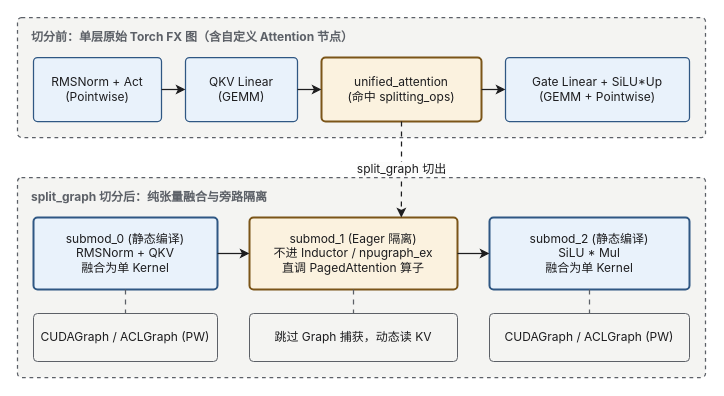
Before: src/content/posts/vllm/03-torch-compile-and-piecewise/diagrams/03-fx-split-graph.drawio in xingcanlee/infra-note, a draw.io diagram. Source tidied: cells renumbered, new cells numbered last; positions are measured from the earlier drawing's top-left corner, leaving out a move shared by most shapes. Both pictures are drawn from the tidied source at 100%, with x=0, y=0 at pixel (17, 17).
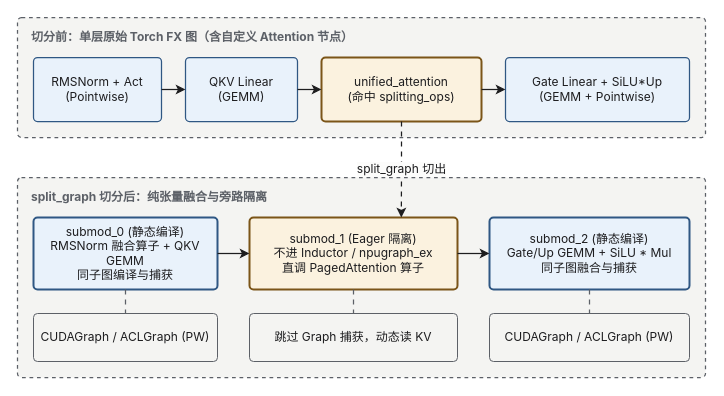
The same diagram, later.

Diff of the diagram source:
```diff
@@
-    <mxCell id="11" value="submod_0 (静态编译)&lt;br&gt;RMSNorm + QKV&lt;br&gt;融合为单 Kernel" style="rounded=1;absoluteArcSize=1;arcSize=8;whiteSpace=wrap;html=1;fillColor=#e9f2fb;strokeColor=#2f5783;strokeWidth=2;align=center;verticalAlign=middle;spacing=4;fontFamily=Inter;fontSize=12;fontColor=#1d1d1f;" parent="1" vertex="1">
+    <mxCell id="11" value="submod_0 (静态编译)&lt;br&gt;RMSNorm 融合算子 + QKV GEMM&lt;br&gt;同子图编译与捕获" style="rounded=1;absoluteArcSize=1;arcSize=8;whiteSpace=wrap;html=1;fillColor=#e9f2fb;strokeColor=#2f5783;strokeWidth=2;align=center;verticalAlign=middle;spacing=4;fontFamily=Inter;fontSize=12;fontColor=#1d1d1f;" parent="1" vertex="1">
       <mxGeometry x="16" y="200" width="184" height="72" as="geometry" />
     </mxCell>
@@
-    <mxCell id="13" value="submod_2 (静态编译)&lt;br&gt;SiLU * Mul&lt;br&gt;融合为单 Kernel" style="rounded=1;absoluteArcSize=1;arcSize=8;whiteSpace=wrap;html=1;fillColor=#e9f2fb;strokeColor=#2f5783;strokeWidth=2;align=center;verticalAlign=middle;spacing=4;fontFamily=Inter;fontSize=12;fontColor=#1d1d1f;" parent="1" vertex="1">
+    <mxCell id="13" value="submod_2 (静态编译)&lt;br&gt;Gate/Up GEMM + SiLU * Mul&lt;br&gt;同子图融合与捕获" style="rounded=1;absoluteArcSize=1;arcSize=8;whiteSpace=wrap;html=1;fillColor=#e9f2fb;strokeColor=#2f5783;strokeWidth=2;align=center;verticalAlign=middle;spacing=4;fontFamily=Inter;fontSize=12;fontColor=#1d1d1f;" parent="1" vertex="1">
       <mxGeometry x="472" y="200" width="200" height="72" as="geometry" />
     </mxCell>
```
